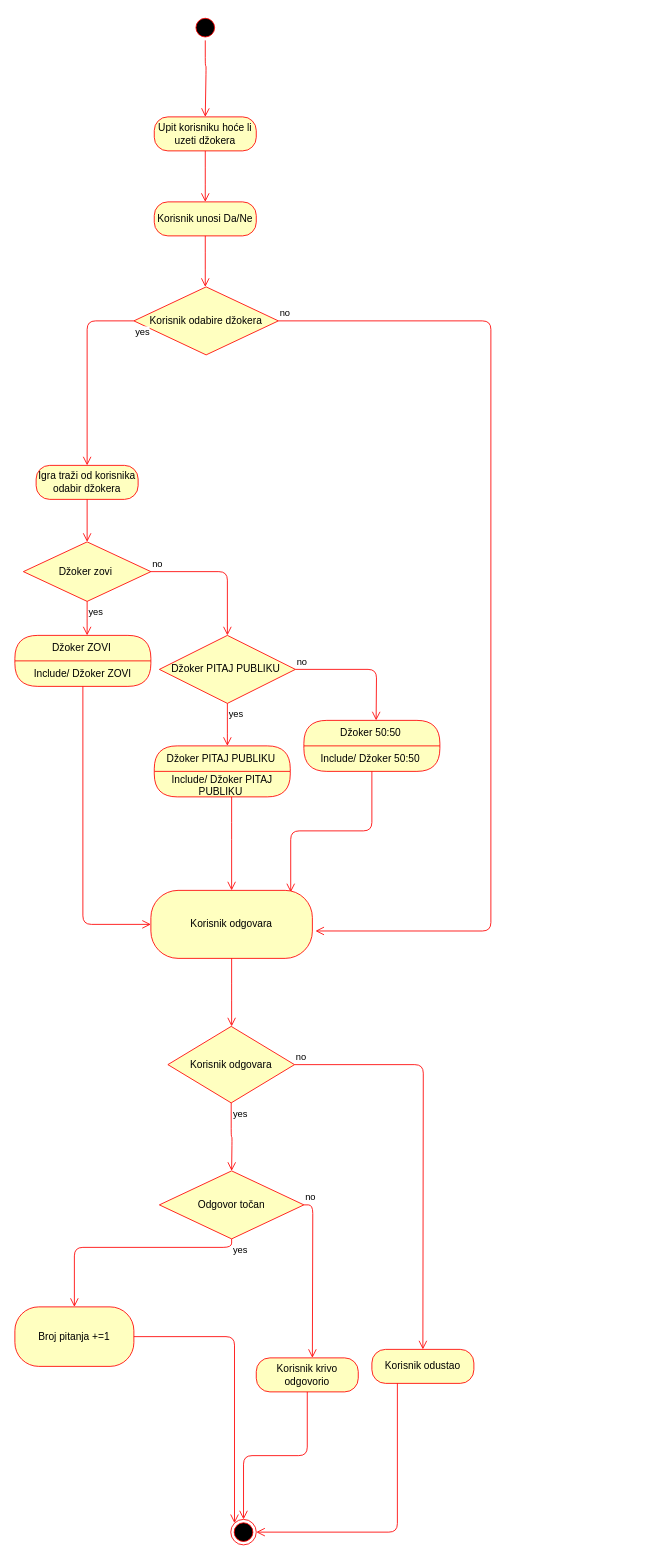
Before: page "Activity: Odgovaranje" (6 of 8) of Untitled Diagram.drawio in Jasna-12345/Milijunas, a draw.io diagram. Source tidied: cells renumbered, new cells numbered last; positions are measured from the earlier drawing's top-left corner, leaving out a move shared by most shapes. Both pictures are drawn from the tidied source at 85%, with x=0, y=0 at pixel (14, 14).
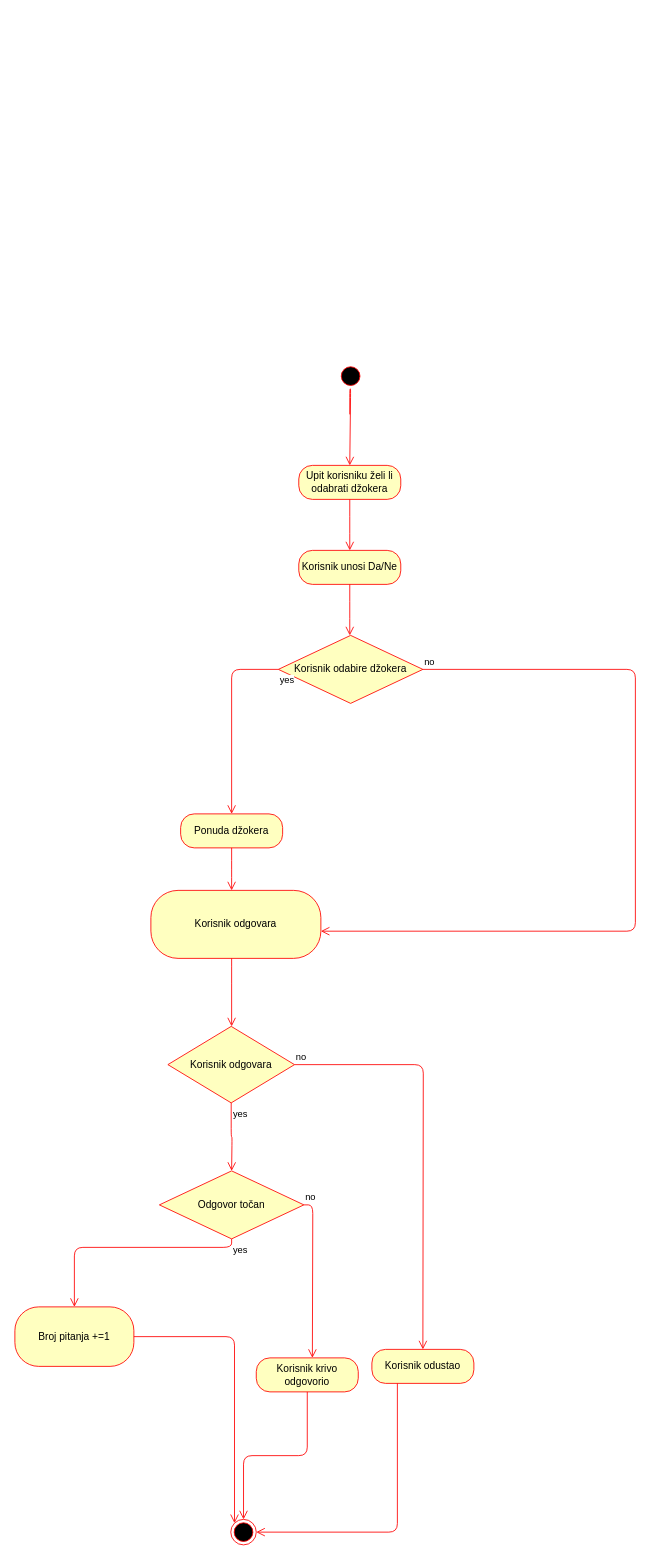
The same diagram, later.

What changed in the source:
```diff
@@
     <mxCell id="2" style="ellipse;html=1;shape=startState;fillColor=#000000;strokeColor=#ff0000;" parent="1" vertex="1">
-      <mxGeometry x="209" width="30" height="30" as="geometry" />
+      <mxGeometry x="380" y="410" width="30" height="30" as="geometry" />
     </mxCell>
-    <mxCell id="3" style="edgeStyle=orthogonalEdgeStyle;html=1;verticalAlign=bottom;endArrow=open;endSize=8;strokeColor=#ff0000;entryX=0.5;entryY=0;entryDx=0;entryDy=0;" parent="1" edge="1" source="2" target="10">
+    <mxCell id="3" style="edgeStyle=orthogonalEdgeStyle;html=1;verticalAlign=bottom;endArrow=open;endSize=8;strokeColor=#ff0000;entryX=0.5;entryY=0;entryDx=0;entryDy=0;" parent="1" edge="1" target="10">
       <mxGeometry relative="1" as="geometry">
+        <mxPoint x="394" y="470" as="sourcePoint" />
         <Array as="points">
-          <mxPoint x="224" y="60" />
-          <mxPoint x="225" y="60" />
+          <mxPoint x="394" y="440" />
+          <mxPoint x="395" y="440" />
         </Array>
       </mxGeometry>
     </mxCell>
     <mxCell id="4" value="Korisnik odabire džokera" style="rhombus;whiteSpace=wrap;html=1;fillColor=#ffffc0;strokeColor=#ff0000;" parent="1" vertex="1">
-      <mxGeometry x="140" y="320" width="170" height="80" as="geometry" />
+      <mxGeometry x="310" y="730" width="170" height="80" as="geometry" />
     </mxCell>
-    <mxCell id="5" value="no" style="edgeStyle=orthogonalEdgeStyle;html=1;align=left;verticalAlign=bottom;endArrow=open;endSize=8;strokeColor=#ff0000;entryX=1.019;entryY=0.597;entryDx=0;entryDy=0;entryPerimeter=0;" parent="1" edge="1" source="4" target="28">
+    <mxCell id="5" value="no" style="edgeStyle=orthogonalEdgeStyle;html=1;align=left;verticalAlign=bottom;endArrow=open;endSize=8;strokeColor=#ff0000;" parent="1" edge="1" source="4">
       <mxGeometry x="-1" relative="1" as="geometry">
+        <mxPoint x="360" y="1078" as="targetPoint" />
         <Array as="points">
-          <mxPoint x="560" y="360" />
-          <mxPoint x="560" y="1078" />
+          <mxPoint x="730" y="770" />
+          <mxPoint x="730" y="1078" />
         </Array>
       </mxGeometry>
     </mxCell>
-    <mxCell id="6" value="Džoker zovi&amp;nbsp;" style="rhombus;whiteSpace=wrap;html=1;fillColor=#ffffc0;strokeColor=#ff0000;" parent="1" vertex="1">
-      <mxGeometry x="10" y="620" width="150" height="70" as="geometry" />
-    </mxCell>
-    <mxCell id="7" value="no" style="edgeStyle=orthogonalEdgeStyle;html=1;align=left;verticalAlign=bottom;endArrow=open;endSize=8;strokeColor=#ff0000;entryX=0.5;entryY=0;entryDx=0;entryDy=0;" parent="1" edge="1" source="6" target="16">
-      <mxGeometry x="-1" relative="1" as="geometry" />
-    </mxCell>
-    <mxCell id="8" value="yes" style="edgeStyle=orthogonalEdgeStyle;html=1;align=left;verticalAlign=top;endArrow=open;endSize=8;strokeColor=#ff0000;" parent="1" edge="1" source="6">
-      <mxGeometry x="-1" relative="1" as="geometry">
-        <mxPoint x="85" y="730" as="targetPoint" />
-      </mxGeometry>
-    </mxCell>
     <mxCell id="9" value="yes" style="edgeStyle=orthogonalEdgeStyle;html=1;align=left;verticalAlign=top;endArrow=open;endSize=8;strokeColor=#ff0000;exitX=0;exitY=0.5;exitDx=0;exitDy=0;" parent="1" edge="1" source="4">
       <mxGeometry x="-1" relative="1" as="geometry">
-        <mxPoint x="85" y="530" as="targetPoint" />
+        <mxPoint x="255" y="940" as="targetPoint" />
         <Array as="points">
-          <mxPoint x="85" y="360" />
+          <mxPoint x="255" y="770" />
         </Array>
       </mxGeometry>
     </mxCell>
-    <mxCell id="10" value="Upit korisniku hoće li uzeti džokera" style="rounded=1;whiteSpace=wrap;html=1;arcSize=40;fontColor=#000000;fillColor=#ffffc0;strokeColor=#ff0000;" parent="1" vertex="1">
-      <mxGeometry x="164" y="120" width="120" height="40" as="geometry" />
+    <mxCell id="10" value="Upit korisniku želi li odabrati džokera" style="rounded=1;whiteSpace=wrap;html=1;arcSize=40;fontColor=#000000;fillColor=#ffffc0;strokeColor=#ff0000;" parent="1" vertex="1">
+      <mxGeometry x="334" y="530" width="120" height="40" as="geometry" />
     </mxCell>
     <mxCell id="11" style="edgeStyle=orthogonalEdgeStyle;html=1;verticalAlign=bottom;endArrow=open;endSize=8;strokeColor=#ff0000;" parent="1" edge="1" source="10">
       <mxGeometry relative="1" as="geometry">
-        <mxPoint x="224" y="220" as="targetPoint" />
+        <mxPoint x="394" y="630" as="targetPoint" />
       </mxGeometry>
     </mxCell>
     <mxCell id="12" value="Korisnik unosi Da/Ne" style="rounded=1;whiteSpace=wrap;html=1;arcSize=40;fontColor=#000000;fillColor=#ffffc0;strokeColor=#ff0000;" parent="1" vertex="1">
-      <mxGeometry x="164" y="220" width="120" height="40" as="geometry" />
+      <mxGeometry x="334" y="630" width="120" height="40" as="geometry" />
     </mxCell>
     <mxCell id="13" style="edgeStyle=orthogonalEdgeStyle;html=1;verticalAlign=bottom;endArrow=open;endSize=8;strokeColor=#ff0000;" parent="1" edge="1" source="12">
       <mxGeometry relative="1" as="geometry">
-        <mxPoint x="224" y="320" as="targetPoint" />
+        <mxPoint x="394" y="730" as="targetPoint" />
       </mxGeometry>
     </mxCell>
-    <mxCell id="14" value="Igra traži od korisnika odabir džokera" style="rounded=1;whiteSpace=wrap;html=1;arcSize=40;fontColor=#000000;fillColor=#ffffc0;strokeColor=#ff0000;" parent="1" vertex="1">
-      <mxGeometry x="25" y="530" width="120" height="40" as="geometry" />
+    <mxCell id="14" value="Ponuda džokera" style="rounded=1;whiteSpace=wrap;html=1;arcSize=40;fontColor=#000000;fillColor=#ffffc0;strokeColor=#ff0000;" parent="1" vertex="1">
+      <mxGeometry x="195" y="940" width="120" height="40" as="geometry" />
     </mxCell>
-    <mxCell id="15" style="edgeStyle=orthogonalEdgeStyle;html=1;verticalAlign=bottom;endArrow=open;endSize=8;strokeColor=#ff0000;entryX=0.5;entryY=0;entryDx=0;entryDy=0;" parent="1" edge="1" source="14" target="6">
-      <mxGeometry relative="1" as="geometry" />
+    <mxCell id="15" style="edgeStyle=orthogonalEdgeStyle;html=1;verticalAlign=bottom;endArrow=open;endSize=8;strokeColor=#ff0000;entryX=0.5;entryY=0;entryDx=0;entryDy=0;" parent="1" edge="1" source="14">
+      <mxGeometry relative="1" as="geometry">
+        <mxPoint x="255" y="1030" as="targetPoint" />
+      </mxGeometry>
     </mxCell>
-    <mxCell id="16" value="Džoker PITAJ PUBLIKU&amp;nbsp;" style="rhombus;whiteSpace=wrap;html=1;fillColor=#ffffc0;strokeColor=#ff0000;" parent="1" vertex="1">
-      <mxGeometry x="170" y="730" width="160" height="80" as="geometry" />
-    </mxCell>
-    <mxCell id="17" value="no" style="edgeStyle=orthogonalEdgeStyle;html=1;align=left;verticalAlign=bottom;endArrow=open;endSize=8;strokeColor=#ff0000;entryX=0.5;entryY=0;entryDx=0;entryDy=0;" parent="1" edge="1" source="16">
-      <mxGeometry x="-1" relative="1" as="geometry">
-        <mxPoint x="425" y="830" as="targetPoint" />
-      </mxGeometry>
-    </mxCell>
-    <mxCell id="18" value="yes" style="edgeStyle=orthogonalEdgeStyle;html=1;align=left;verticalAlign=top;endArrow=open;endSize=8;strokeColor=#ff0000;" parent="1" edge="1" source="16">
-      <mxGeometry x="-1" relative="1" as="geometry">
-        <mxPoint x="250" y="860" as="targetPoint" />
-      </mxGeometry>
-    </mxCell>
-    <mxCell id="19" value="&lt;span style=&quot;font-weight: 400&quot;&gt;Džoker 50:50&amp;nbsp;&lt;/span&gt;" style="swimlane;html=1;fontStyle=1;align=center;verticalAlign=middle;horizontal=1;startSize=30;fontColor=#000000;rounded=1;arcSize=30;strokeColor=#ff0000;fillColor=#ffffc0;swimlaneFillColor=#ffffc0;" parent="1" vertex="1">
-      <mxGeometry x="340" y="830" width="160" height="60" as="geometry" />
-    </mxCell>
-    <mxCell id="20" value="Include/ Džoker 50:50&amp;nbsp;" style="text;html=1;strokeColor=none;fillColor=none;align=center;verticalAlign=middle;spacingLeft=4;spacingRight=4;whiteSpace=wrap;overflow=hidden;fontColor=#000000;" parent="19" vertex="1">
-      <mxGeometry y="30" width="160" height="30" as="geometry" />
-    </mxCell>
-    <mxCell id="21" style="edgeStyle=orthogonalEdgeStyle;html=1;verticalAlign=bottom;endArrow=open;endSize=8;strokeColor=#ff0000;entryX=0.866;entryY=0.028;entryDx=0;entryDy=0;entryPerimeter=0;" parent="1" edge="1" source="19" target="28">
-      <mxGeometry relative="1" as="geometry" />
-    </mxCell>
-    <mxCell id="22" value="&lt;span style=&quot;font-weight: 400&quot;&gt;Džoker PITAJ PUBLIKU&amp;nbsp;&lt;/span&gt;" style="swimlane;html=1;fontStyle=1;align=center;verticalAlign=middle;horizontal=1;startSize=30;fontColor=#000000;rounded=1;arcSize=30;strokeColor=#ff0000;fillColor=#ffffc0;swimlaneFillColor=#ffffc0;" parent="1" vertex="1">
-      <mxGeometry x="164" y="860" width="160" height="60" as="geometry" />
-    </mxCell>
-    <mxCell id="23" value="Include/ Džoker PITAJ PUBLIKU&amp;nbsp;" style="text;html=1;strokeColor=none;fillColor=none;align=center;verticalAlign=middle;spacingLeft=4;spacingRight=4;whiteSpace=wrap;overflow=hidden;fontColor=#000000;" parent="22" vertex="1">
-      <mxGeometry y="30" width="160" height="30" as="geometry" />
-    </mxCell>
-    <mxCell id="24" style="edgeStyle=orthogonalEdgeStyle;html=1;verticalAlign=bottom;endArrow=open;endSize=8;strokeColor=#ff0000;" parent="1" edge="1" source="22" target="28">
-      <mxGeometry relative="1" as="geometry">
-        <Array as="points">
-          <mxPoint x="255" y="960" />
-          <mxPoint x="255" y="960" />
-        </Array>
-      </mxGeometry>
-    </mxCell>
-    <mxCell id="25" value="&lt;span style=&quot;font-weight: 400&quot;&gt;Džoker ZOVI&amp;nbsp;&lt;/span&gt;" style="swimlane;html=1;fontStyle=1;align=center;verticalAlign=middle;horizontal=1;startSize=30;fontColor=#000000;rounded=1;arcSize=30;strokeColor=#ff0000;fillColor=#ffffc0;swimlaneFillColor=#ffffc0;" parent="1" vertex="1">
-      <mxGeometry y="730" width="160" height="60" as="geometry" />
-    </mxCell>
-    <mxCell id="26" value="Include/ Džoker ZOVI" style="text;html=1;strokeColor=none;fillColor=none;align=center;verticalAlign=middle;spacingLeft=4;spacingRight=4;whiteSpace=wrap;overflow=hidden;fontColor=#000000;" parent="25" vertex="1">
-      <mxGeometry y="30" width="160" height="30" as="geometry" />
-    </mxCell>
-    <mxCell id="27" style="edgeStyle=orthogonalEdgeStyle;html=1;verticalAlign=bottom;endArrow=open;endSize=8;strokeColor=#ff0000;entryX=0;entryY=0.5;entryDx=0;entryDy=0;" parent="1" edge="1" source="25" target="28">
-      <mxGeometry relative="1" as="geometry" />
-    </mxCell>
     <mxCell id="28" value="Korisnik odgovara" style="rounded=1;whiteSpace=wrap;html=1;arcSize=40;fontColor=#000000;fillColor=#ffffc0;strokeColor=#ff0000;" parent="1" vertex="1">
-      <mxGeometry x="160" y="1030" width="190" height="80" as="geometry" />
+      <mxGeometry x="160" y="1030" width="200" height="80" as="geometry" />
     </mxCell>
     <mxCell id="29" style="edgeStyle=orthogonalEdgeStyle;html=1;verticalAlign=bottom;endArrow=open;endSize=8;strokeColor=#ff0000;" parent="1" edge="1" source="28">
       <mxGeometry relative="1" as="geometry">
         <mxPoint x="255" y="1190" as="targetPoint" />
+        <Array as="points">
+          <mxPoint x="255" y="1130" />
+          <mxPoint x="255" y="1130" />
+        </Array>
       </mxGeometry>
     </mxCell>
```
